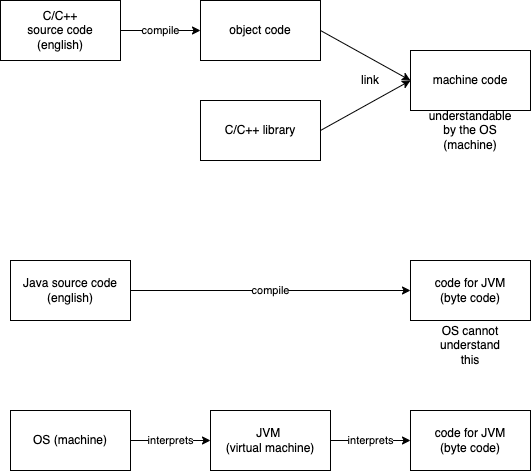
The draw.io diagram day-01/images/c1.dio.png in vinod-kayartaya/TARGET-APR-2023-BATCH-2, before a commit. Source tidied: cells renumbered, new cells last; positions are measured from the earlier drawing's top-left corner, leaving out a move shared by most shapes. Its diagram source:
```xml
<mxGraphModel>
  <root>
    <mxCell id="0" />
    <mxCell id="1" parent="0" />
    <mxCell id="2" value="compile" style="edgeStyle=none;html=1;exitX=1;exitY=0.5;exitDx=0;exitDy=0;entryX=0;entryY=0.5;entryDx=0;entryDy=0;" parent="1" edge="1" source="3" target="5">
      <mxGeometry relative="1" as="geometry" />
    </mxCell>
    <mxCell id="3" value="C/C++&lt;br&gt;source code&lt;br&gt;(english)" style="rounded=0;whiteSpace=wrap;html=1;" parent="1" vertex="1">
      <mxGeometry width="120" height="60" as="geometry" />
    </mxCell>
    <mxCell id="4" style="edgeStyle=none;html=1;exitX=1;exitY=0.5;exitDx=0;exitDy=0;entryX=0;entryY=0.5;entryDx=0;entryDy=0;" parent="1" edge="1" source="5" target="8">
      <mxGeometry relative="1" as="geometry" />
    </mxCell>
    <mxCell id="5" value="object code" style="rounded=0;whiteSpace=wrap;html=1;" parent="1" vertex="1">
      <mxGeometry x="200" width="120" height="60" as="geometry" />
    </mxCell>
    <mxCell id="6" style="edgeStyle=none;html=1;exitX=1;exitY=0.5;exitDx=0;exitDy=0;" parent="1" edge="1" source="7">
      <mxGeometry relative="1" as="geometry">
        <mxPoint x="410" y="80" as="targetPoint" />
      </mxGeometry>
    </mxCell>
    <mxCell id="7" value="C/C++ library" style="rounded=0;whiteSpace=wrap;html=1;" parent="1" vertex="1">
      <mxGeometry x="200" y="100" width="120" height="60" as="geometry" />
    </mxCell>
    <mxCell id="8" value="machine code" style="rounded=0;whiteSpace=wrap;html=1;" parent="1" vertex="1">
      <mxGeometry x="410" y="50" width="120" height="60" as="geometry" />
    </mxCell>
    <mxCell id="9" value="link" style="text;html=1;strokeColor=none;fillColor=none;align=center;verticalAlign=middle;whiteSpace=wrap;rounded=0;" parent="1" vertex="1">
      <mxGeometry x="340" y="65" width="60" height="30" as="geometry" />
    </mxCell>
    <mxCell id="10" value="Java source code&lt;br&gt;(english)" style="rounded=0;whiteSpace=wrap;html=1;" parent="1" vertex="1">
      <mxGeometry x="10" y="260" width="120" height="60" as="geometry" />
    </mxCell>
    <mxCell id="11" value="code for JVM&lt;br&gt;(byte code)" style="rounded=0;whiteSpace=wrap;html=1;" parent="1" vertex="1">
      <mxGeometry x="410" y="260" width="120" height="60" as="geometry" />
    </mxCell>
    <mxCell id="12" value="compile" style="edgeStyle=none;html=1;exitX=1;exitY=0.5;exitDx=0;exitDy=0;entryX=0;entryY=0.5;entryDx=0;entryDy=0;" parent="1" edge="1" source="10" target="11">
      <mxGeometry relative="1" as="geometry" />
    </mxCell>
    <mxCell id="13" value="understandable by the OS (machine)" style="text;html=1;strokeColor=none;fillColor=none;align=center;verticalAlign=middle;whiteSpace=wrap;rounded=0;" parent="1" vertex="1">
      <mxGeometry x="440" y="115" width="60" height="30" as="geometry" />
    </mxCell>
    <mxCell id="14" value="OS cannot understand this" style="text;html=1;strokeColor=none;fillColor=none;align=center;verticalAlign=middle;whiteSpace=wrap;rounded=0;" parent="1" vertex="1">
      <mxGeometry x="440" y="330" width="60" height="30" as="geometry" />
    </mxCell>
    <mxCell id="15" value="interprets" style="edgeStyle=none;html=1;exitX=1;exitY=0.5;exitDx=0;exitDy=0;entryX=0;entryY=0.5;entryDx=0;entryDy=0;" parent="1" edge="1" source="16" target="18">
      <mxGeometry relative="1" as="geometry" />
    </mxCell>
    <mxCell id="16" value="OS (machine)" style="rounded=0;whiteSpace=wrap;html=1;" parent="1" vertex="1">
      <mxGeometry x="10" y="410" width="120" height="60" as="geometry" />
    </mxCell>
    <mxCell id="17" value="interprets" style="edgeStyle=none;html=1;exitX=1;exitY=0.5;exitDx=0;exitDy=0;entryX=0;entryY=0.5;entryDx=0;entryDy=0;" parent="1" edge="1" source="18" target="19">
      <mxGeometry relative="1" as="geometry" />
    </mxCell>
    <mxCell id="18" value="JVM &lt;br&gt;(virtual machine)" style="rounded=0;whiteSpace=wrap;html=1;" parent="1" vertex="1">
      <mxGeometry x="210" y="410" width="120" height="60" as="geometry" />
    </mxCell>
    <mxCell id="19" value="code for JVM&lt;br&gt;(byte code)" style="rounded=0;whiteSpace=wrap;html=1;" parent="1" vertex="1">
      <mxGeometry x="410" y="410" width="120" height="60" as="geometry" />
    </mxCell>
  </root>
</mxGraphModel>
```
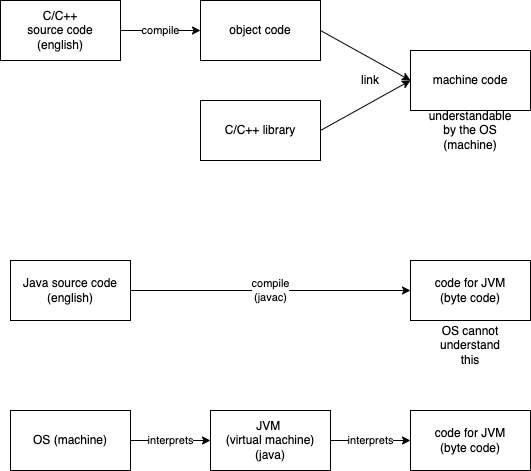
After the change.

Diff of the diagram source:
```diff
@@ -34,7 +34,7 @@
     <mxCell id="11" value="code for JVM&lt;br&gt;(byte code)" style="rounded=0;whiteSpace=wrap;html=1;" parent="1" vertex="1">
       <mxGeometry x="410" y="260" width="120" height="60" as="geometry" />
     </mxCell>
-    <mxCell id="12" value="compile" style="edgeStyle=none;html=1;exitX=1;exitY=0.5;exitDx=0;exitDy=0;entryX=0;entryY=0.5;entryDx=0;entryDy=0;" parent="1" edge="1" source="10" target="11">
+    <mxCell id="12" value="compile&lt;br&gt;(javac)" style="edgeStyle=none;html=1;exitX=1;exitY=0.5;exitDx=0;exitDy=0;entryX=0;entryY=0.5;entryDx=0;entryDy=0;" parent="1" edge="1" source="10" target="11">
       <mxGeometry relative="1" as="geometry" />
     </mxCell>
     <mxCell id="13" value="understandable by the OS (machine)" style="text;html=1;strokeColor=none;fillColor=none;align=center;verticalAlign=middle;whiteSpace=wrap;rounded=0;" parent="1" vertex="1">
@@ -52,7 +52,7 @@
     <mxCell id="17" value="interprets" style="edgeStyle=none;html=1;exitX=1;exitY=0.5;exitDx=0;exitDy=0;entryX=0;entryY=0.5;entryDx=0;entryDy=0;" parent="1" edge="1" source="18" target="19">
       <mxGeometry relative="1" as="geometry" />
     </mxCell>
-    <mxCell id="18" value="JVM &lt;br&gt;(virtual machine)" style="rounded=0;whiteSpace=wrap;html=1;" parent="1" vertex="1">
+    <mxCell id="18" value="JVM &lt;br&gt;(virtual machine)&lt;br&gt;(java)" style="rounded=0;whiteSpace=wrap;html=1;" parent="1" vertex="1">
       <mxGeometry x="210" y="410" width="120" height="60" as="geometry" />
     </mxCell>
     <mxCell id="19" value="code for JVM&lt;br&gt;(byte code)" style="rounded=0;whiteSpace=wrap;html=1;" parent="1" vertex="1">
```
